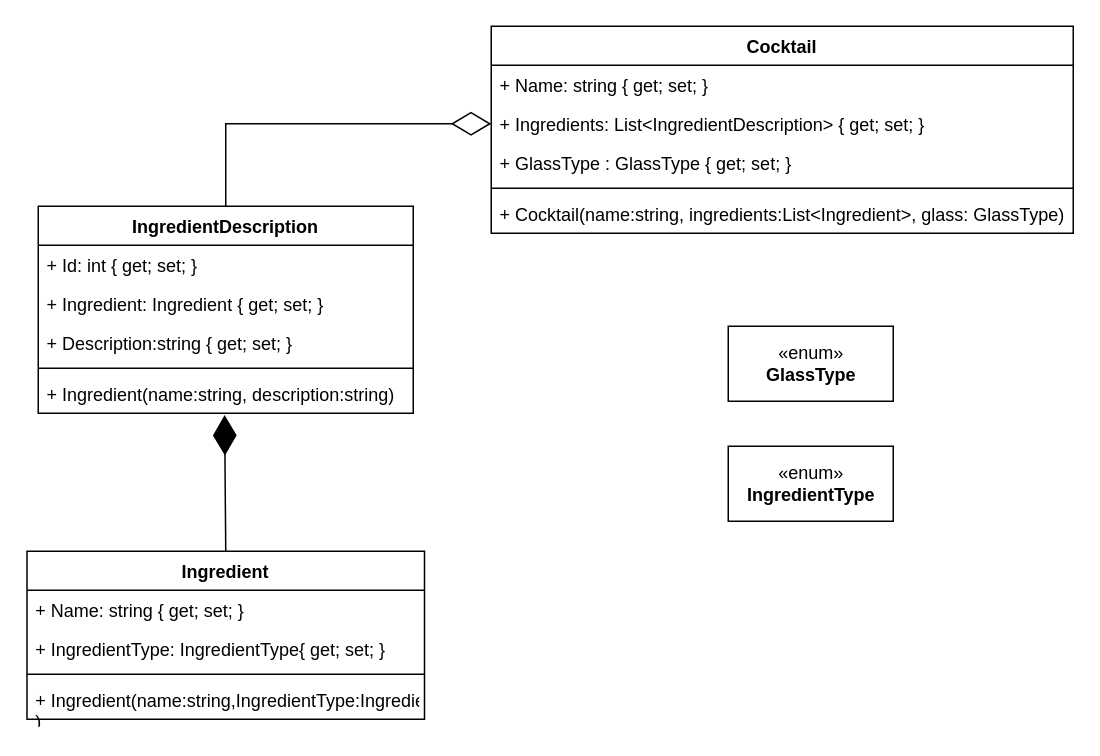
Earlier version of the draw.io diagram ClassDiagram.drawio (jonash871j/H2-Cocktails-EntityFramework). Source tidied: cells renumbered, new cells numbered last; positions are measured from the earlier drawing's top-left corner, leaving out a move shared by most shapes. Both pictures are drawn from the tidied source at 150%, with x=0, y=0 at pixel (26, 26).
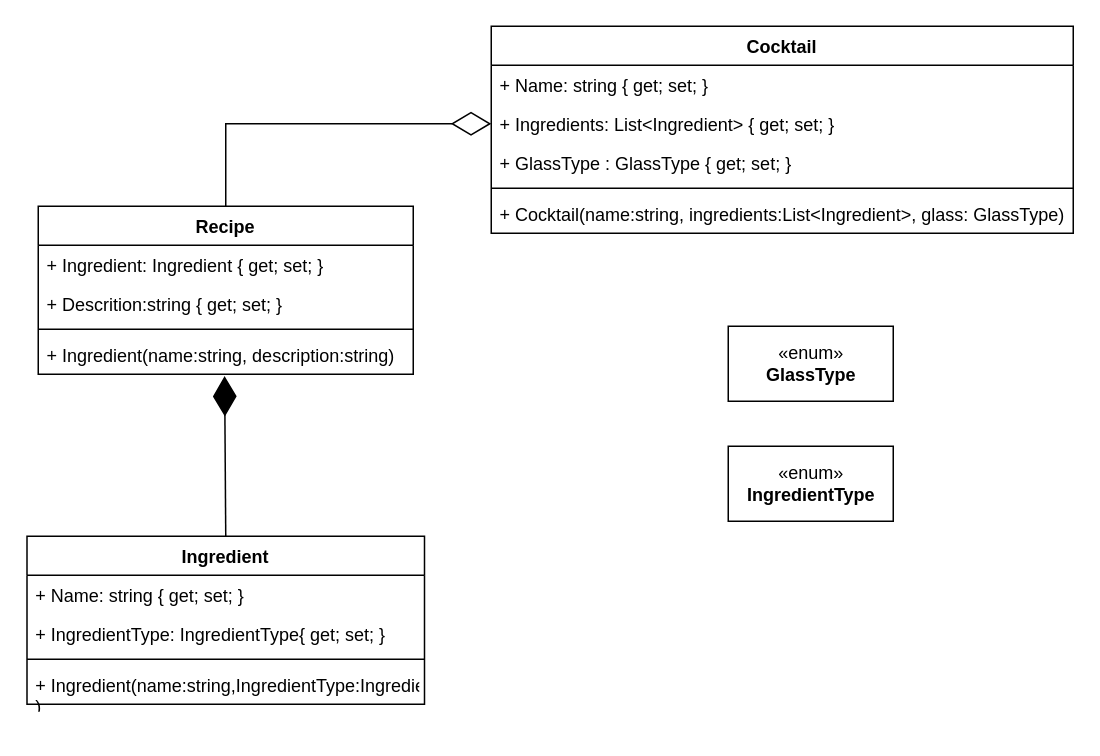
Above is the later version.

The change refers to these unchanged cells:
```xml
<mxCell id="2" value="Cocktail" style="swimlane;fontStyle=1;align=center;verticalAlign=top;horizontal=1;startSize=26;" parent="1" vertex="1">
  <mxGeometry x="310" width="388" height="138" as="geometry" />
</mxCell>
```

Change to the diagram source:
```diff
@@
-    <mxCell id="4" value="+ Ingredients: List&lt;IngredientDescription&gt; { get; set; }" style="text;strokeColor=none;fillColor=none;align=left;verticalAlign=top;spacingLeft=4;spacingRight=4;overflow=hidden;points=[[0,0.5],[1,0.5]];portConstraint=eastwest;" parent="2" vertex="1">
+    <mxCell id="4" value="+ Ingredients: List&lt;Ingredient&gt; { get; set; }" style="text;strokeColor=none;fillColor=none;align=left;verticalAlign=top;spacingLeft=4;spacingRight=4;overflow=hidden;points=[[0,0.5],[1,0.5]];portConstraint=eastwest;" parent="2" vertex="1">
       <mxGeometry y="52" width="388" height="26" as="geometry" />
     </mxCell>
@@
-    <mxCell id="8" value="IngredientDescription" style="swimlane;fontStyle=1;align=center;verticalAlign=top;horizontal=1;startSize=26;" parent="1" vertex="1">
-      <mxGeometry x="8" y="120" width="250" height="138" as="geometry" />
+    <mxCell id="8" value="Recipe" style="swimlane;fontStyle=1;align=center;verticalAlign=top;horizontal=1;startSize=26;" parent="1" vertex="1">
+      <mxGeometry x="8" y="120" width="250" height="112" as="geometry" />
     </mxCell>
-    <mxCell id="9" value="+ Id: int { get; set; }" style="text;strokeColor=none;fillColor=none;align=left;verticalAlign=top;spacingLeft=4;spacingRight=4;overflow=hidden;" parent="8" vertex="1">
-      <mxGeometry y="26" width="250" height="26" as="geometry" />
-    </mxCell>
     <mxCell id="10" value="+ Ingredient: Ingredient { get; set; }" style="text;strokeColor=none;fillColor=none;align=left;verticalAlign=top;spacingLeft=4;spacingRight=4;overflow=hidden;" parent="8" vertex="1">
-      <mxGeometry y="52" width="250" height="26" as="geometry" />
+      <mxGeometry y="26" width="250" height="26" as="geometry" />
     </mxCell>
-    <mxCell id="11" value="+ Description:string { get; set; }" style="text;strokeColor=none;fillColor=none;align=left;verticalAlign=top;spacingLeft=4;spacingRight=4;overflow=hidden;" parent="8" vertex="1">
-      <mxGeometry y="78" width="250" height="26" as="geometry" />
-    </mxCell>
+    <mxCell id="23" value="+ Descrition:string { get; set; }" style="text;strokeColor=none;fillColor=none;align=left;verticalAlign=top;spacingLeft=4;spacingRight=4;overflow=hidden;" parent="8" vertex="1">
+      <mxGeometry y="52" width="250" height="26" as="geometry" />
+    </mxCell>
     <mxCell id="12" style="line;strokeWidth=1;fillColor=none;align=left;verticalAlign=middle;spacingTop=-1;spacingLeft=3;spacingRight=3;labelPosition=right;" parent="8" vertex="1">
-      <mxGeometry y="104" width="250" height="8" as="geometry" />
+      <mxGeometry y="78" width="250" height="8" as="geometry" />
     </mxCell>
     <mxCell id="13" value="+ Ingredient(name:string, description:string)" style="text;strokeColor=none;fillColor=none;align=left;verticalAlign=top;spacingLeft=4;spacingRight=4;overflow=hidden;points=[[0,0.5],[1,0.5]];portConstraint=eastwest;" parent="8" vertex="1">
-      <mxGeometry y="112" width="250" height="26" as="geometry" />
+      <mxGeometry y="86" width="250" height="26" as="geometry" />
     </mxCell>
@@
     <mxCell id="16" value="Ingredient" style="swimlane;fontStyle=1;align=center;verticalAlign=top;horizontal=1;startSize=26;" parent="1" vertex="1">
-      <mxGeometry x="0.5" y="350" width="265" height="112" as="geometry" />
+      <mxGeometry x="0.5" y="340" width="265" height="112" as="geometry" />
     </mxCell>
```
